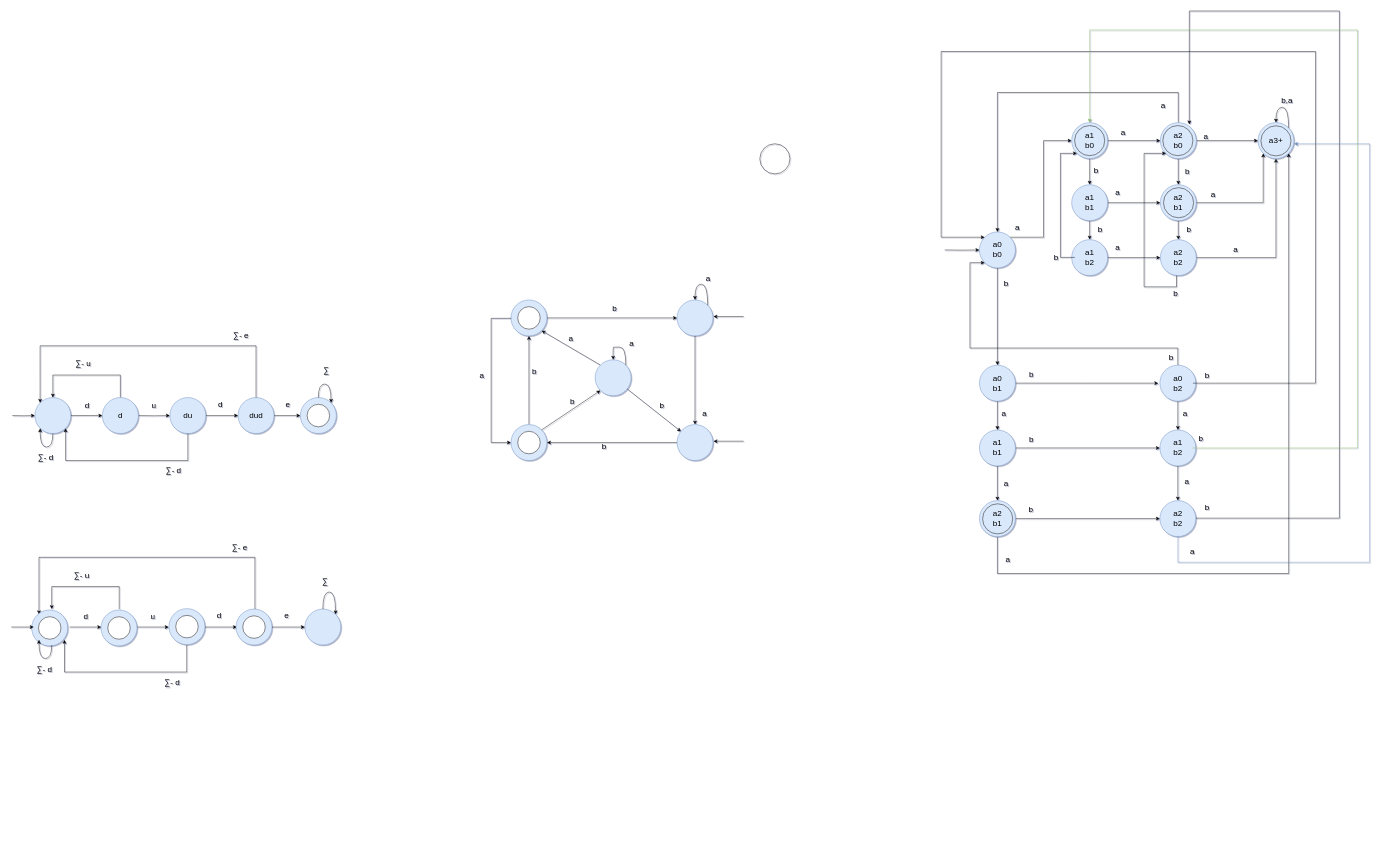
This is HW3/diagrams.drawio from mohsenkamini/SBU_FLA, a draw.io file, before an edit. Source tidied: cells renumbered, new cells numbered last; positions are measured from the earlier drawing's top-left corner, leaving out a move shared by most shapes. Both pictures are drawn from the tidied source at 45%, with x=0, y=0 at pixel (11, 11).
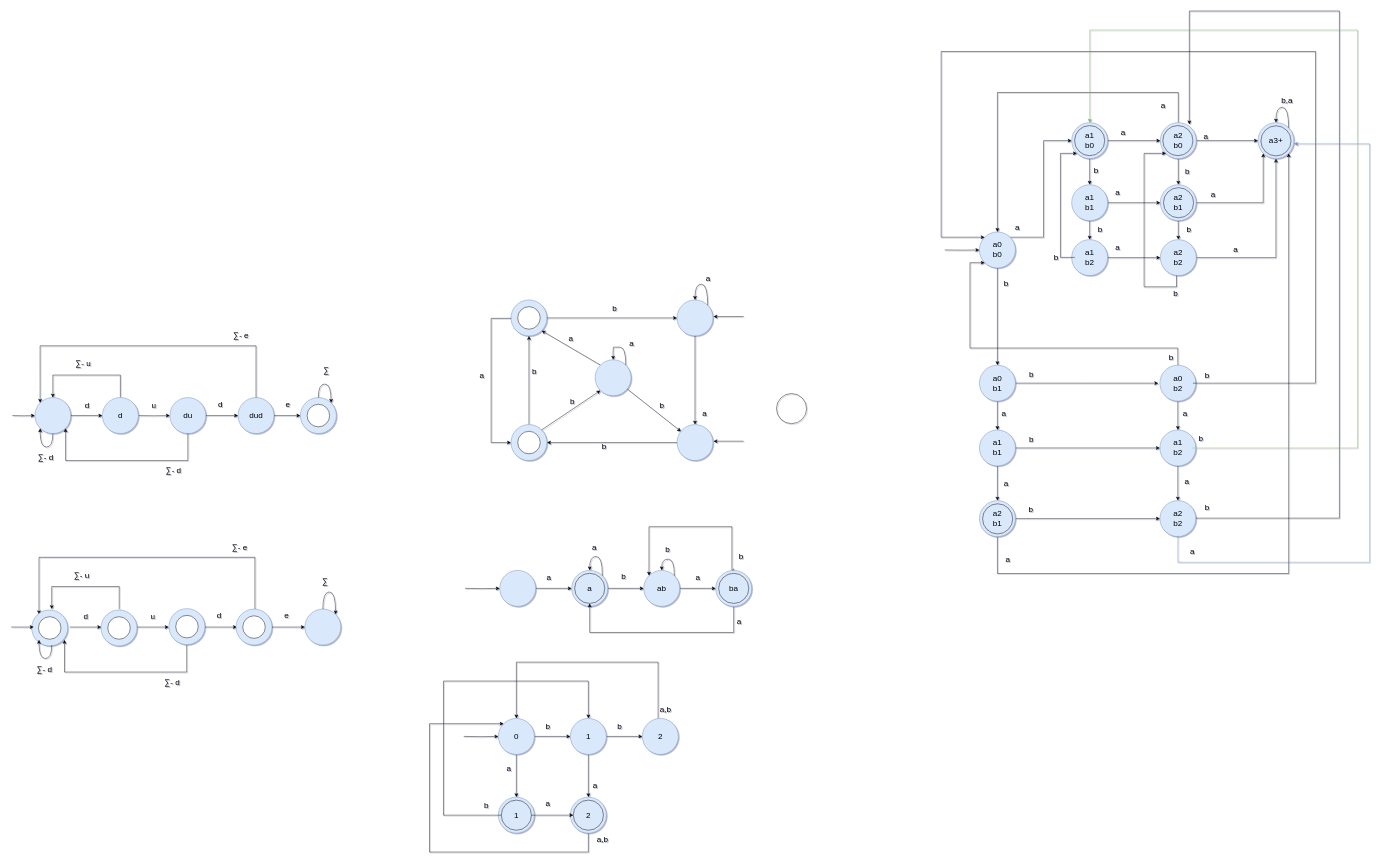
After the change.

Change to the diagram source:
```diff
@@
     <mxCell id="152" style="ellipse;whiteSpace=wrap;html=1;align=center;verticalAlign=middle;fontFamily=Helvetica;fontSize=18;fontColor=default;fillColor=none;gradientColor=none;strokeColor=#000000;" parent="1" vertex="1">
-      <mxGeometry x="1663" y="295" width="67" height="67" as="geometry" />
+      <mxGeometry x="1700" y="850" width="67" height="67" as="geometry" />
     </mxCell>
@@
+    <mxCell id="170" style="edgeStyle=orthogonalEdgeStyle;rounded=0;jettySize=auto;html=1;fontFamily=Helvetica;fontSize=18;fontColor=default;" parent="1" edge="1" source="171" target="174">
+      <mxGeometry relative="1" as="geometry" />
+    </mxCell>
+    <mxCell id="171" style="ellipse;whiteSpace=wrap;html=1;hachureGap=4;fillColor=#dae8fc;strokeColor=#6c8ebf;rounded=0;fontSize=18;" parent="1" vertex="1">
+      <mxGeometry x="1085" y="1243" width="80" height="80" as="geometry" />
+    </mxCell>
+    <mxCell id="172" style="edgeStyle=orthogonalEdgeStyle;rounded=0;jettySize=auto;html=1;fontSize=18;entryX=0;entryY=0.5;entryDx=0;entryDy=0;" parent="1" edge="1" target="171">
+      <mxGeometry relative="1" as="geometry">
+        <mxPoint x="1008" y="1283" as="sourcePoint" />
+      </mxGeometry>
+    </mxCell>
+    <mxCell id="173" style="edgeStyle=orthogonalEdgeStyle;rounded=0;jettySize=auto;html=1;fontFamily=Helvetica;fontSize=18;fontColor=default;" parent="1" edge="1" source="174" target="177">
+      <mxGeometry relative="1" as="geometry" />
+    </mxCell>
+    <mxCell id="174" value="a" style="ellipse;whiteSpace=wrap;html=1;hachureGap=4;fillColor=#dae8fc;strokeColor=#6c8ebf;rounded=0;fontSize=18;" parent="1" vertex="1">
+      <mxGeometry x="1245" y="1243" width="80" height="80" as="geometry" />
+    </mxCell>
+    <mxCell id="175" value="a" style="text;html=1;align=center;verticalAlign=middle;strokeColor=none;fillColor=none;fontFamily=Helvetica;fontSize=18;fontColor=default;" parent="1" vertex="1">
+      <mxGeometry x="1180" y="1241" width="28" height="34" as="geometry" />
+    </mxCell>
+    <mxCell id="176" style="edgeStyle=orthogonalEdgeStyle;rounded=0;jettySize=auto;html=1;fontFamily=Helvetica;fontSize=18;fontColor=default;" parent="1" edge="1" source="177" target="180">
+      <mxGeometry relative="1" as="geometry" />
+    </mxCell>
+    <mxCell id="177" value="ab" style="ellipse;whiteSpace=wrap;html=1;hachureGap=4;fillColor=#dae8fc;strokeColor=#6c8ebf;rounded=0;fontSize=18;" parent="1" vertex="1">
+      <mxGeometry x="1405" y="1243" width="80" height="80" as="geometry" />
+    </mxCell>
+    <mxCell id="178" value="b" style="text;html=1;align=center;verticalAlign=middle;strokeColor=none;fillColor=none;fontFamily=Helvetica;fontSize=18;fontColor=default;" parent="1" vertex="1">
+      <mxGeometry x="1346" y="1239" width="28" height="34" as="geometry" />
+    </mxCell>
+    <mxCell id="179" style="edgeStyle=orthogonalEdgeStyle;rounded=0;jettySize=auto;html=1;entryX=0.5;entryY=1;entryDx=0;entryDy=0;fontFamily=Helvetica;fontSize=18;fontColor=default;" parent="1" edge="1" source="180" target="188">
+      <mxGeometry relative="1" as="geometry">
+        <Array as="points">
+          <mxPoint x="1605" y="1381" />
+          <mxPoint x="1285" y="1381" />
+        </Array>
+      </mxGeometry>
+    </mxCell>
+    <mxCell id="180" value="ba" style="ellipse;whiteSpace=wrap;html=1;hachureGap=4;fillColor=#dae8fc;strokeColor=#6c8ebf;rounded=0;fontSize=18;" parent="1" vertex="1">
+      <mxGeometry x="1565" y="1243" width="80" height="80" as="geometry" />
+    </mxCell>
+    <mxCell id="181" style="edgeStyle=orthogonalEdgeStyle;rounded=0;orthogonalLoop=1;jettySize=auto;html=1;exitX=1;exitY=0;exitDx=0;exitDy=0;entryX=0.5;entryY=0;entryDx=0;entryDy=0;fontFamily=Helvetica;fontSize=18;fontColor=default;curved=1;" parent="1" edge="1" source="177" target="177">
+      <mxGeometry relative="1" as="geometry">
+        <Array as="points">
+          <mxPoint x="1473" y="1218" />
+          <mxPoint x="1445" y="1218" />
+        </Array>
+      </mxGeometry>
+    </mxCell>
+    <mxCell id="182" value="b" style="text;html=1;align=center;verticalAlign=middle;strokeColor=none;fillColor=none;fontFamily=Helvetica;fontSize=18;fontColor=default;" parent="1" vertex="1">
+      <mxGeometry x="1444" y="1180" width="28" height="34" as="geometry" />
+    </mxCell>
+    <mxCell id="183" value="a" style="text;html=1;align=center;verticalAlign=middle;strokeColor=none;fillColor=none;fontFamily=Helvetica;fontSize=18;fontColor=default;" parent="1" vertex="1">
+      <mxGeometry x="1511" y="1241" width="28" height="34" as="geometry" />
+    </mxCell>
+    <mxCell id="184" style="edgeStyle=orthogonalEdgeStyle;rounded=0;orthogonalLoop=1;jettySize=auto;html=1;exitX=1;exitY=0;exitDx=0;exitDy=0;entryX=0.5;entryY=0;entryDx=0;entryDy=0;fontFamily=Helvetica;fontSize=18;fontColor=default;curved=1;" parent="1" edge="1" source="174" target="174">
+      <mxGeometry relative="1" as="geometry">
+        <Array as="points">
+          <mxPoint x="1313" y="1212" />
+          <mxPoint x="1285" y="1212" />
+        </Array>
+      </mxGeometry>
+    </mxCell>
+    <mxCell id="185" value="a" style="text;html=1;align=center;verticalAlign=middle;strokeColor=none;fillColor=none;fontFamily=Helvetica;fontSize=18;fontColor=default;" parent="1" vertex="1">
+      <mxGeometry x="1281" y="1176" width="28" height="34" as="geometry" />
+    </mxCell>
+    <mxCell id="186" style="edgeStyle=orthogonalEdgeStyle;rounded=0;jettySize=auto;html=1;entryX=0;entryY=0;entryDx=0;entryDy=0;fontFamily=Helvetica;fontSize=18;fontColor=default;" parent="1" edge="1" target="177">
+      <mxGeometry relative="1" as="geometry">
+        <mxPoint x="1605" y="1239" as="sourcePoint" />
+        <Array as="points">
+          <mxPoint x="1605" y="1242" />
+          <mxPoint x="1601" y="1242" />
+          <mxPoint x="1601" y="1146" />
+          <mxPoint x="1417" y="1146" />
+        </Array>
+      </mxGeometry>
+    </mxCell>
+    <mxCell id="187" style="ellipse;whiteSpace=wrap;html=1;align=center;verticalAlign=middle;fontFamily=Helvetica;fontSize=18;fontColor=default;fillColor=none;gradientColor=none;strokeColor=#000000;" parent="1" vertex="1">
+      <mxGeometry x="1571.5" y="1249.5" width="67" height="67" as="geometry" />
+    </mxCell>
+    <mxCell id="188" style="ellipse;whiteSpace=wrap;html=1;align=center;verticalAlign=middle;fontFamily=Helvetica;fontSize=18;fontColor=default;fillColor=none;gradientColor=none;strokeColor=#000000;" parent="1" vertex="1">
+      <mxGeometry x="1251.5" y="1249.5" width="67" height="67" as="geometry" />
+    </mxCell>
+    <mxCell id="189" value="a" style="text;html=1;align=center;verticalAlign=middle;strokeColor=none;fillColor=none;fontFamily=Helvetica;fontSize=18;fontColor=default;" parent="1" vertex="1">
+      <mxGeometry x="1603" y="1339" width="28" height="34" as="geometry" />
+    </mxCell>
+    <mxCell id="190" value="b" style="text;html=1;align=center;verticalAlign=middle;strokeColor=none;fillColor=none;fontFamily=Helvetica;fontSize=18;fontColor=default;" parent="1" vertex="1">
+      <mxGeometry x="1607" y="1196" width="28" height="34" as="geometry" />
+    </mxCell>
+    <mxCell id="191" style="edgeStyle=orthogonalEdgeStyle;rounded=0;jettySize=auto;html=1;fontFamily=Helvetica;fontSize=18;fontColor=default;" parent="1" edge="1" source="193" target="197">
+      <mxGeometry relative="1" as="geometry" />
+    </mxCell>
+    <mxCell id="192" style="edgeStyle=orthogonalEdgeStyle;rounded=0;jettySize=auto;html=1;fontFamily=Helvetica;fontSize=18;fontColor=default;" parent="1" edge="1" source="193" target="205">
+      <mxGeometry relative="1" as="geometry" />
+    </mxCell>
+    <mxCell id="193" value="0" style="ellipse;whiteSpace=wrap;html=1;hachureGap=4;fillColor=#dae8fc;strokeColor=#6c8ebf;rounded=0;fontSize=18;" parent="1" vertex="1">
+      <mxGeometry x="1082" y="1572" width="80" height="80" as="geometry" />
+    </mxCell>
+    <mxCell id="194" style="edgeStyle=orthogonalEdgeStyle;rounded=0;jettySize=auto;html=1;fontSize=18;entryX=0;entryY=0.5;entryDx=0;entryDy=0;" parent="1" edge="1" target="193">
+      <mxGeometry relative="1" as="geometry">
+        <mxPoint x="1005" y="1612" as="sourcePoint" />
+      </mxGeometry>
+    </mxCell>
+    <mxCell id="195" style="edgeStyle=orthogonalEdgeStyle;rounded=0;jettySize=auto;html=1;fontFamily=Helvetica;fontSize=18;fontColor=default;" parent="1" edge="1" source="197" target="199">
+      <mxGeometry relative="1" as="geometry" />
+    </mxCell>
+    <mxCell id="196" style="edgeStyle=orthogonalEdgeStyle;rounded=0;jettySize=auto;html=1;fontFamily=Helvetica;fontSize=18;fontColor=default;" parent="1" edge="1" source="197" target="201">
+      <mxGeometry relative="1" as="geometry" />
+    </mxCell>
+    <mxCell id="197" value="1" style="ellipse;whiteSpace=wrap;html=1;hachureGap=4;fillColor=#dae8fc;strokeColor=#6c8ebf;rounded=0;fontSize=18;" parent="1" vertex="1">
+      <mxGeometry x="1242" y="1572" width="80" height="80" as="geometry" />
+    </mxCell>
+    <mxCell id="198" style="edgeStyle=orthogonalEdgeStyle;rounded=0;jettySize=auto;html=1;entryX=0.5;entryY=0;entryDx=0;entryDy=0;fontFamily=Helvetica;fontSize=18;fontColor=default;" parent="1" edge="1" source="199" target="193">
+      <mxGeometry relative="1" as="geometry">
+        <Array as="points">
+          <mxPoint x="1437" y="1447" />
+          <mxPoint x="1122" y="1447" />
+        </Array>
+      </mxGeometry>
+    </mxCell>
+    <mxCell id="199" value="2" style="ellipse;whiteSpace=wrap;html=1;hachureGap=4;fillColor=#dae8fc;strokeColor=#6c8ebf;rounded=0;fontSize=18;" parent="1" vertex="1">
+      <mxGeometry x="1402" y="1572" width="80" height="80" as="geometry" />
+    </mxCell>
+    <mxCell id="200" style="edgeStyle=orthogonalEdgeStyle;rounded=0;jettySize=auto;html=1;entryX=0;entryY=0;entryDx=0;entryDy=0;fontFamily=Helvetica;fontSize=18;fontColor=default;" parent="1" edge="1" source="201" target="193">
+      <mxGeometry relative="1" as="geometry">
+        <Array as="points">
+          <mxPoint x="1282" y="1869" />
+          <mxPoint x="929" y="1869" />
+          <mxPoint x="929" y="1584" />
+        </Array>
+      </mxGeometry>
+    </mxCell>
+    <mxCell id="201" value="2" style="ellipse;whiteSpace=wrap;html=1;fontSize=18;fillColor=#dae8fc;strokeColor=#6c8ebf;hachureGap=4;rounded=0;" parent="1" vertex="1">
+      <mxGeometry x="1242" y="1747" width="80" height="80" as="geometry" />
+    </mxCell>
+    <mxCell id="202" style="ellipse;whiteSpace=wrap;html=1;align=center;verticalAlign=middle;fontFamily=Helvetica;fontSize=18;fontColor=default;fillColor=none;gradientColor=none;strokeColor=#000000;" parent="1" vertex="1">
+      <mxGeometry x="1248.5" y="1753.5" width="67" height="67" as="geometry" />
+    </mxCell>
+    <mxCell id="203" value="a" style="text;html=1;align=center;verticalAlign=middle;strokeColor=none;fillColor=none;fontFamily=Helvetica;fontSize=18;fontColor=default;" parent="1" vertex="1">
+      <mxGeometry x="1283" y="1703" width="28" height="34" as="geometry" />
+    </mxCell>
+    <mxCell id="204" value="b" style="text;html=1;align=center;verticalAlign=middle;strokeColor=none;fillColor=none;fontFamily=Helvetica;fontSize=18;fontColor=default;" parent="1" vertex="1">
+      <mxGeometry x="1178" y="1572" width="28" height="34" as="geometry" />
+    </mxCell>
+    <mxCell id="205" value="1" style="ellipse;whiteSpace=wrap;html=1;hachureGap=4;fillColor=#dae8fc;strokeColor=#6c8ebf;rounded=0;fontSize=18;" parent="1" vertex="1">
+      <mxGeometry x="1082" y="1747" width="80" height="80" as="geometry" />
+    </mxCell>
+    <mxCell id="206" style="edgeStyle=orthogonalEdgeStyle;rounded=0;jettySize=auto;html=1;entryX=0;entryY=0.5;entryDx=0;entryDy=0;fontFamily=Helvetica;fontSize=18;fontColor=default;" parent="1" edge="1" source="208" target="202">
+      <mxGeometry relative="1" as="geometry" />
+    </mxCell>
+    <mxCell id="207" style="edgeStyle=orthogonalEdgeStyle;rounded=0;jettySize=auto;html=1;entryX=0.5;entryY=0;entryDx=0;entryDy=0;fontFamily=Helvetica;fontSize=18;fontColor=default;" parent="1" edge="1" source="208" target="197">
+      <mxGeometry relative="1" as="geometry">
+        <Array as="points">
+          <mxPoint x="960" y="1787" />
+          <mxPoint x="960" y="1489" />
+          <mxPoint x="1282" y="1489" />
+        </Array>
+      </mxGeometry>
+    </mxCell>
+    <mxCell id="208" style="ellipse;whiteSpace=wrap;html=1;align=center;verticalAlign=middle;fontFamily=Helvetica;fontSize=18;fontColor=default;fillColor=none;gradientColor=none;strokeColor=#000000;" parent="1" vertex="1">
+      <mxGeometry x="1088.5" y="1753.5" width="67" height="67" as="geometry" />
+    </mxCell>
+    <mxCell id="209" value="a" style="text;html=1;align=center;verticalAlign=middle;strokeColor=none;fillColor=none;fontFamily=Helvetica;fontSize=18;fontColor=default;" parent="1" vertex="1">
+      <mxGeometry x="1091" y="1667" width="28" height="34" as="geometry" />
+    </mxCell>
+    <mxCell id="210" value="a" style="text;html=1;align=center;verticalAlign=middle;strokeColor=none;fillColor=none;fontFamily=Helvetica;fontSize=18;fontColor=default;" parent="1" vertex="1">
+      <mxGeometry x="1178" y="1745" width="28" height="34" as="geometry" />
+    </mxCell>
+    <mxCell id="211" value="b" style="text;html=1;align=center;verticalAlign=middle;strokeColor=none;fillColor=none;fontFamily=Helvetica;fontSize=18;fontColor=default;" parent="1" vertex="1">
+      <mxGeometry x="1041" y="1748" width="28" height="34" as="geometry" />
+    </mxCell>
+    <mxCell id="212" value="b" style="text;html=1;align=center;verticalAlign=middle;strokeColor=none;fillColor=none;fontFamily=Helvetica;fontSize=18;fontColor=default;" parent="1" vertex="1">
+      <mxGeometry x="1337" y="1574" width="28" height="34" as="geometry" />
+    </mxCell>
+    <mxCell id="213" value="a,b" style="text;html=1;align=center;verticalAlign=middle;strokeColor=none;fillColor=none;fontFamily=Helvetica;fontSize=18;fontColor=default;" parent="1" vertex="1">
+      <mxGeometry x="1431" y="1535" width="43" height="34" as="geometry" />
+    </mxCell>
+    <mxCell id="214" value="a,b" style="text;html=1;align=center;verticalAlign=middle;strokeColor=none;fillColor=none;fontFamily=Helvetica;fontSize=18;fontColor=default;" parent="1" vertex="1">
+      <mxGeometry x="1291" y="1824" width="43" height="34" as="geometry" />
+    </mxCell>
```
